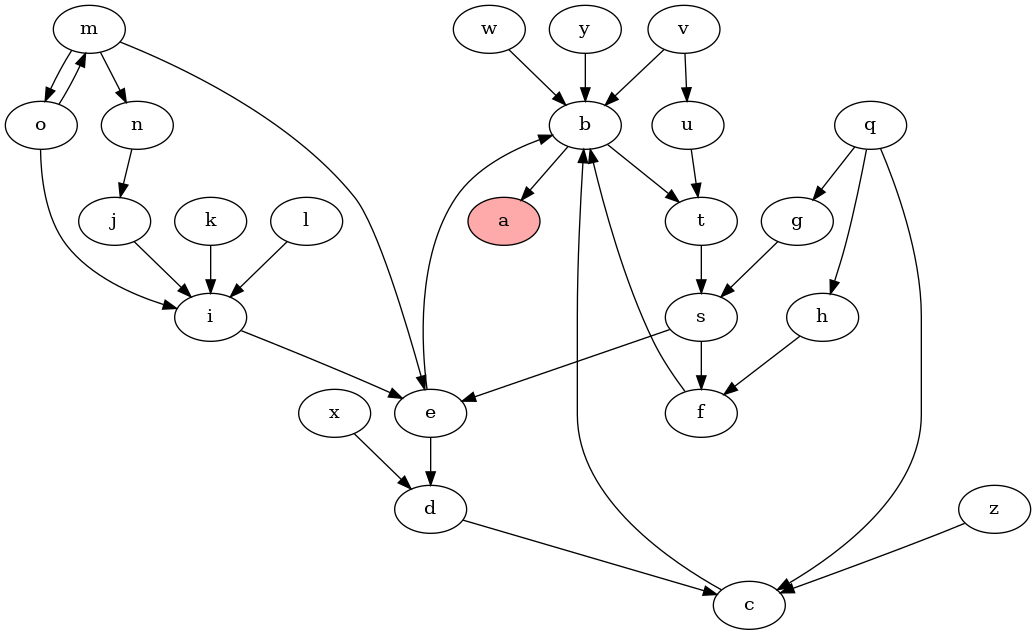
idaks/Games-and-Argumentation keeps this Graphviz diagram as XLoKR-2023/2-Statelog_version/output/state_0.0_graph.png. Above is the earlier version. Its source is kept beside it as XLoKR-2023/2-Statelog_version/output/state_0.0_graph.dot.
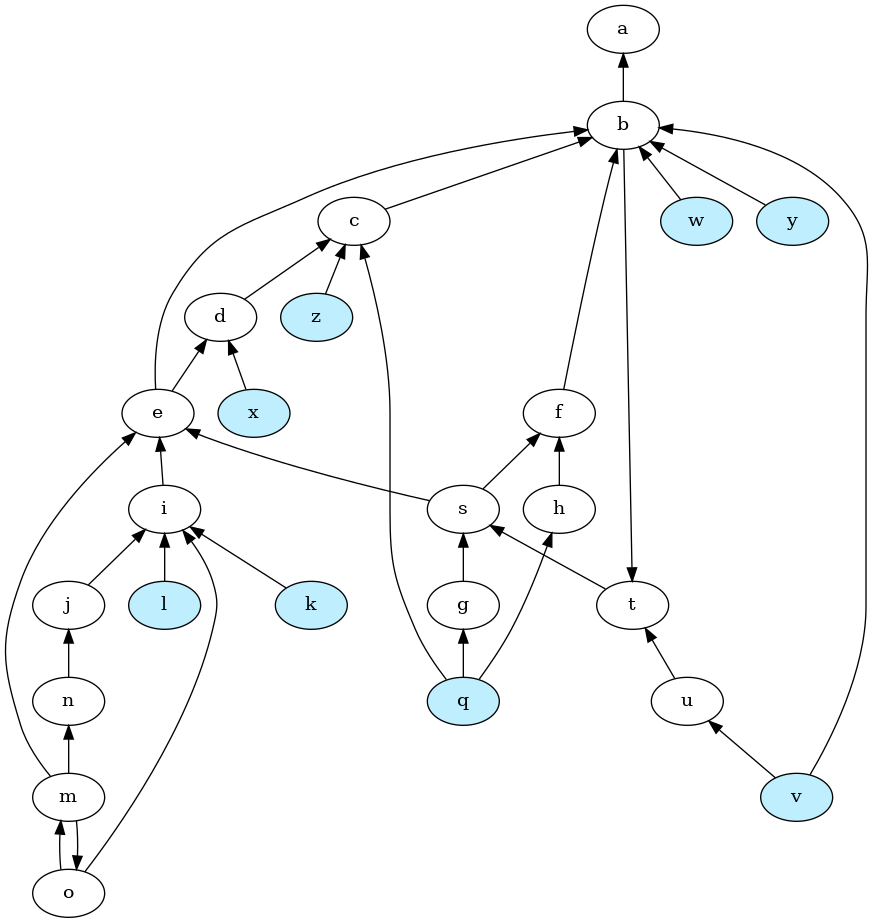
Later version of the same file.

The edit, as a diff of the source:
```diff
@@ -1,36 +1,50 @@
 strict digraph "" {
-	a	[fillcolor="#FFAAAA",
+	a -> b	[dir=back];
+	b -> c	[dir=back];
+	b -> e	[dir=back];
+	b -> f	[dir=back];
+	v	[fillcolor="#bfefff",
 		style=filled];
-	b -> a	[dir=forward];
-	b -> t	[dir=forward];
-	t -> s	[dir=forward];
-	c -> b	[dir=forward];
-	d -> c	[dir=forward];
-	e -> b	[dir=forward];
-	e -> d	[dir=forward];
-	f -> b	[dir=forward];
-	g -> s	[dir=forward];
-	s -> e	[dir=forward];
-	s -> f	[dir=forward];
-	h -> f	[dir=forward];
-	i -> e	[dir=forward];
-	j -> i	[dir=forward];
-	k -> i	[dir=forward];
-	l -> i	[dir=forward];
-	m -> e	[dir=forward];
-	m -> o	[dir=forward];
-	m -> n	[dir=forward];
-	o -> i	[dir=forward];
-	o -> m	[dir=forward];
-	n -> j	[dir=forward];
-	q -> c	[dir=forward];
-	q -> g	[dir=forward];
-	q -> h	[dir=forward];
-	u -> t	[dir=forward];
-	v -> b	[dir=forward];
-	v -> u	[dir=forward];
-	w -> b	[dir=forward];
-	x -> d	[dir=forward];
-	y -> b	[dir=forward];
-	z -> c	[dir=forward];
+	b -> v	[dir=back];
+	w	[fillcolor="#bfefff",
+		style=filled];
+	b -> w	[dir=back];
+	y	[fillcolor="#bfefff",
+		style=filled];
+	b -> y	[dir=back];
+	t -> b	[dir=back];
+	t -> u	[dir=back];
+	c -> d	[dir=back];
+	q	[fillcolor="#bfefff",
+		style=filled];
+	c -> q	[dir=back];
+	z	[fillcolor="#bfefff",
+		style=filled];
+	c -> z	[dir=back];
+	d -> e	[dir=back];
+	x	[fillcolor="#bfefff",
+		style=filled];
+	d -> x	[dir=back];
+	e -> s	[dir=back];
+	e -> i	[dir=back];
+	e -> m	[dir=back];
+	f -> s	[dir=back];
+	f -> h	[dir=back];
+	s -> t	[dir=back];
+	s -> g	[dir=back];
+	g -> q	[dir=back];
+	h -> q	[dir=back];
+	i -> j	[dir=back];
+	k	[fillcolor="#bfefff",
+		style=filled];
+	i -> k	[dir=back];
+	l	[fillcolor="#bfefff",
+		style=filled];
+	i -> l	[dir=back];
+	i -> o	[dir=back];
+	j -> n	[dir=back];
+	m -> o	[dir=back];
+	o -> m	[dir=back];
+	n -> m	[dir=back];
+	u -> v	[dir=back];
 }
```
